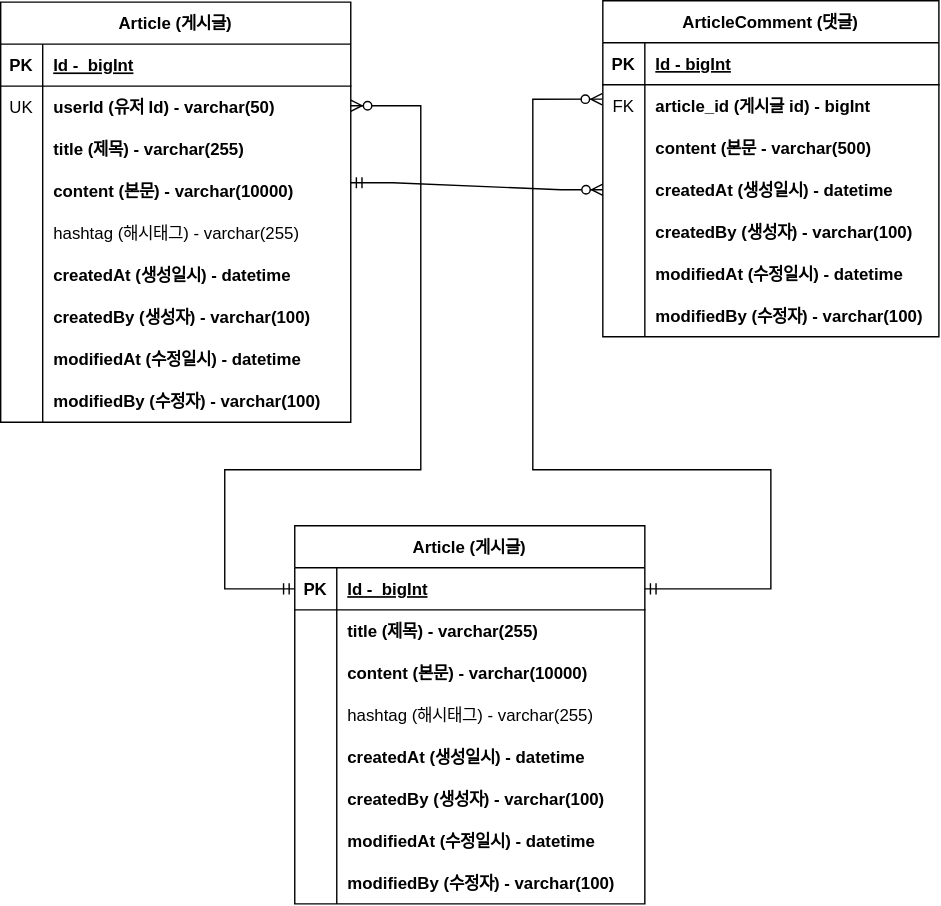
The draw.io diagram project-board/document/prject-board-erd.svg in Kminss/SpringBoot-Board, before a commit. Source tidied: cells renumbered, new cells last; positions are measured from the earlier drawing's top-left corner, leaving out a move shared by most shapes.
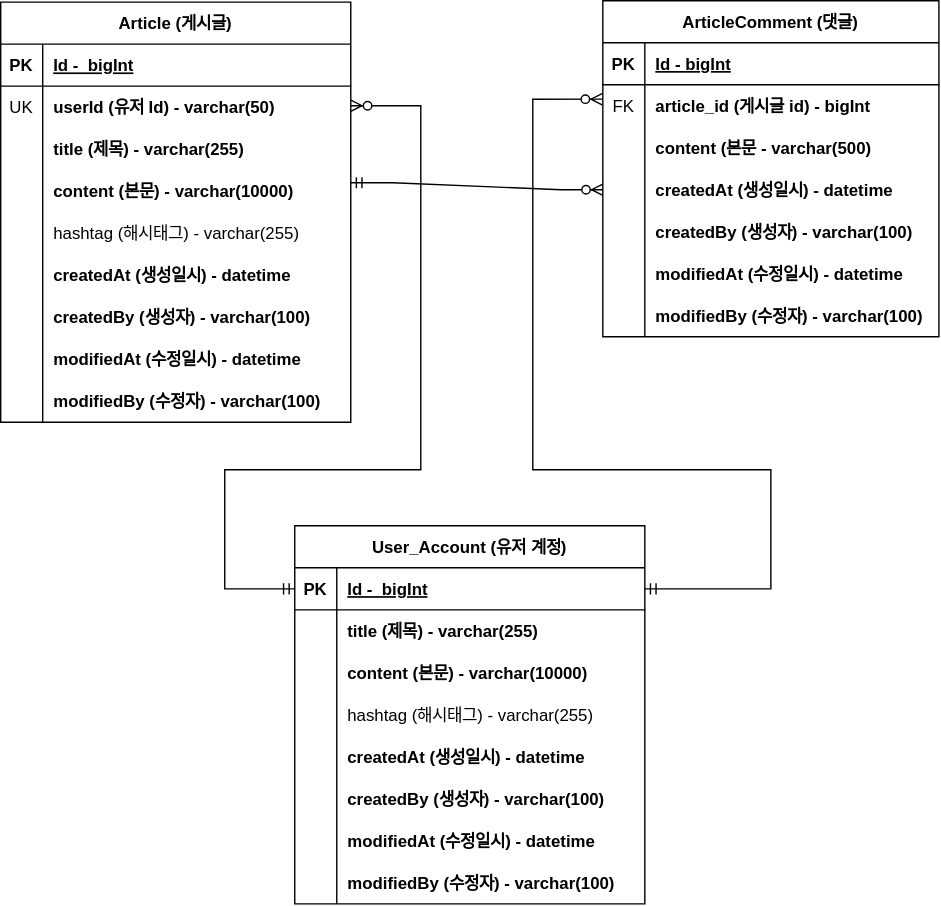
After the commit.

Commit message:
#17 - ERD 유저 계정 테이블 수정

What changed in the source:
```diff
@@ -157,7 +157,7 @@
         <mxPoint x="250" y="130" as="sourcePoint" />
       </mxGeometry>
     </mxCell>
-    <mxCell id="53" value="Article (게시글)" style="shape=table;startSize=30;rowLines=0;fontStyle=1;align=center;" parent="1" vertex="1">
+    <mxCell id="53" value="User_Account (유저 계정)" style="shape=table;startSize=30;rowLines=0;fontStyle=1;align=center;" parent="1" vertex="1">
       <mxGeometry x="210" y="375" width="250" height="270" as="geometry" />
     </mxCell>
     <mxCell id="54" style="shape=tableRow;horizontal=0;startSize=0;swimlaneHead=0;swimlaneBody=0;fillColor=none;points=[[0,0.5],[1,0.5]];portConstraint=eastwest;top=0;left=0;right=0;bottom=1;" parent="53" vertex="1">
```
